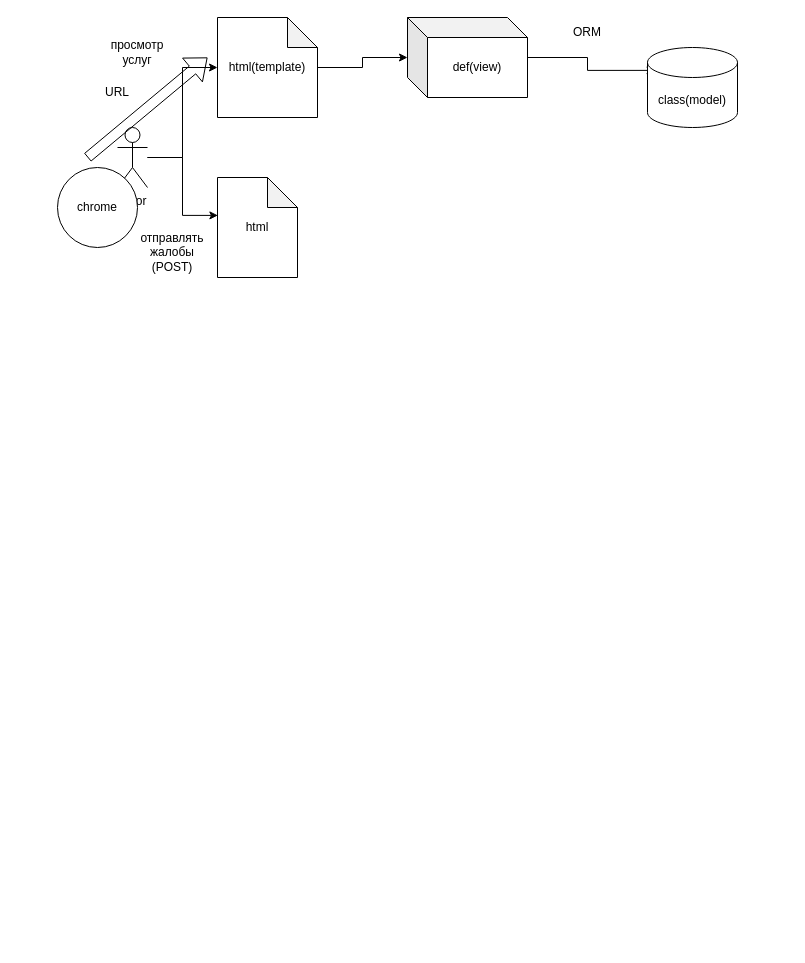
The draw.io diagram projects/11/web_item_tracking/backend/передача данных.drawio in bogdandrienko/PyE-222-1, before the edit. Source tidied: cells renumbered, new cells numbered last; positions are measured from the earlier drawing's top-left corner, leaving out a move shared by most shapes. Both pictures are drawn from the tidied source at 100%, with x=0, y=0 at pixel (57, 17).
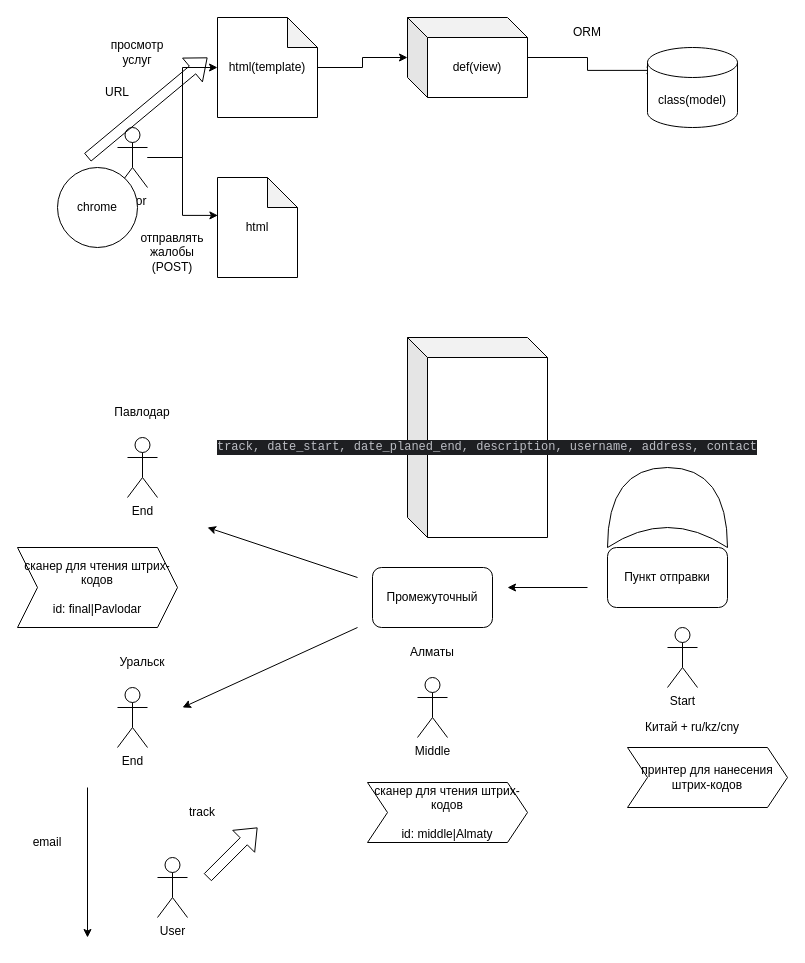
The same page after the edit.

Change to the diagram source:
```diff
@@
+    <mxCell id="17" value="End" style="shape=umlActor;verticalLabelPosition=bottom;verticalAlign=top;html=1;" parent="1" vertex="1">
+      <mxGeometry x="60" y="670" width="30" height="60" as="geometry" />
+    </mxCell>
+    <mxCell id="18" value="Start" style="shape=umlActor;verticalLabelPosition=bottom;verticalAlign=top;html=1;" parent="1" vertex="1">
+      <mxGeometry x="610" y="610" width="30" height="60" as="geometry" />
+    </mxCell>
+    <mxCell id="19" value="Китай + ru/kz/cny" style="text;html=1;strokeColor=none;fillColor=none;align=center;verticalAlign=middle;whiteSpace=wrap;rounded=0;" parent="1" vertex="1">
+      <mxGeometry x="580" y="690" width="110" height="40" as="geometry" />
+    </mxCell>
+    <mxCell id="20" value="Пункт отправки" style="rounded=1;whiteSpace=wrap;html=1;" parent="1" vertex="1">
+      <mxGeometry x="550" y="530" width="120" height="60" as="geometry" />
+    </mxCell>
+    <mxCell id="21" style="shape=xor;whiteSpace=wrap;html=1;rotation=-90;" parent="1" vertex="1">
+      <mxGeometry x="570" y="430" width="80" height="120" as="geometry" />
+    </mxCell>
+    <mxCell id="22" value="Промежуточный" style="rounded=1;whiteSpace=wrap;html=1;" parent="1" vertex="1">
+      <mxGeometry x="315" y="550" width="120" height="60" as="geometry" />
+    </mxCell>
+    <mxCell id="23" value="Алматы" style="text;html=1;strokeColor=none;fillColor=none;align=center;verticalAlign=middle;whiteSpace=wrap;rounded=0;" parent="1" vertex="1">
+      <mxGeometry x="345" y="620" width="60" height="30" as="geometry" />
+    </mxCell>
+    <mxCell id="24" value="End" style="shape=umlActor;verticalLabelPosition=bottom;verticalAlign=top;html=1;" parent="1" vertex="1">
+      <mxGeometry x="70" y="420" width="30" height="60" as="geometry" />
+    </mxCell>
+    <mxCell id="25" value="Уральск" style="text;html=1;strokeColor=none;fillColor=none;align=center;verticalAlign=middle;whiteSpace=wrap;rounded=0;" parent="1" vertex="1">
+      <mxGeometry x="55" y="630" width="60" height="30" as="geometry" />
+    </mxCell>
+    <mxCell id="26" value="Павлодар" style="text;html=1;strokeColor=none;fillColor=none;align=center;verticalAlign=middle;whiteSpace=wrap;rounded=0;" parent="1" vertex="1">
+      <mxGeometry x="55" y="380" width="60" height="30" as="geometry" />
+    </mxCell>
+    <mxCell id="27" style="endArrow=classic;html=1;rounded=0;" parent="1" edge="1">
+      <mxGeometry relative="1" as="geometry">
+        <mxPoint x="530" y="570" as="sourcePoint" />
+        <mxPoint x="450" y="570" as="targetPoint" />
+      </mxGeometry>
+    </mxCell>
+    <mxCell id="28" style="endArrow=classic;html=1;rounded=0;" parent="1" edge="1">
+      <mxGeometry relative="1" as="geometry">
+        <mxPoint x="300" y="560" as="sourcePoint" />
+        <mxPoint x="150" y="510" as="targetPoint" />
+      </mxGeometry>
+    </mxCell>
+    <mxCell id="29" style="endArrow=classic;html=1;rounded=0;" parent="1" edge="1">
+      <mxGeometry relative="1" as="geometry">
+        <mxPoint x="300" y="610" as="sourcePoint" />
+        <mxPoint x="125" y="690" as="targetPoint" />
+      </mxGeometry>
+    </mxCell>
+    <mxCell id="30" value="Middle" style="shape=umlActor;verticalLabelPosition=bottom;verticalAlign=top;html=1;" parent="1" vertex="1">
+      <mxGeometry x="360" y="660" width="30" height="60" as="geometry" />
+    </mxCell>
+    <mxCell id="31" value="User" style="shape=umlActor;verticalLabelPosition=bottom;verticalAlign=top;html=1;" parent="1" vertex="1">
+      <mxGeometry x="100" y="840" width="30" height="60" as="geometry" />
+    </mxCell>
+    <mxCell id="32" style="shape=flexArrow;endArrow=classic;html=1;rounded=0;" parent="1" edge="1">
+      <mxGeometry relative="1" as="geometry">
+        <mxPoint x="150" y="860" as="sourcePoint" />
+        <mxPoint x="200" y="810" as="targetPoint" />
+      </mxGeometry>
+    </mxCell>
+    <mxCell id="33" value="track" style="text;html=1;strokeColor=none;fillColor=none;align=center;verticalAlign=middle;whiteSpace=wrap;rounded=0;" parent="1" vertex="1">
+      <mxGeometry x="115" y="780" width="60" height="30" as="geometry" />
+    </mxCell>
+    <mxCell id="34" style="endArrow=classic;html=1;rounded=0;" parent="1" edge="1">
+      <mxGeometry relative="1" as="geometry">
+        <mxPoint x="30" y="770" as="sourcePoint" />
+        <mxPoint x="30" y="920" as="targetPoint" />
+      </mxGeometry>
+    </mxCell>
+    <mxCell id="35" value="email" style="text;html=1;strokeColor=none;fillColor=none;align=center;verticalAlign=middle;whiteSpace=wrap;rounded=0;" parent="1" vertex="1">
+      <mxGeometry x="-40" y="810" width="60" height="30" as="geometry" />
+    </mxCell>
+    <mxCell id="36" value="&lt;div style=&quot;background-color:#1e1f22;color:#bcbec4&quot;&gt;&lt;pre style=&quot;font-family:'JetBrains Mono',monospace;font-size:16,5pt;&quot;&gt;track, date_start, date_planed_end, description, username, address, contact&lt;/pre&gt;&lt;/div&gt;" style="shape=cube;whiteSpace=wrap;html=1;boundedLbl=1;backgroundOutline=1;darkOpacity=0.05;darkOpacity2=0.1;" parent="1" vertex="1">
+      <mxGeometry x="350" y="320" width="140" height="200" as="geometry" />
+    </mxCell>
+    <mxCell id="37" value="принтер для нанесения штрих-кодов" style="shape=step;perimeter=stepPerimeter;whiteSpace=wrap;html=1;fixedSize=1;" parent="1" vertex="1">
+      <mxGeometry x="570" y="730" width="160" height="60" as="geometry" />
+    </mxCell>
+    <mxCell id="38" value="сканер для чтения штрих-кодов&lt;br&gt;&lt;br&gt;id: middle|Almaty" style="shape=step;perimeter=stepPerimeter;whiteSpace=wrap;html=1;fixedSize=1;" parent="1" vertex="1">
+      <mxGeometry x="310" y="765" width="160" height="60" as="geometry" />
+    </mxCell>
+    <mxCell id="39" value="сканер для чтения штрих-кодов&lt;br&gt;&lt;br&gt;id: final|Pavlodar" style="shape=step;perimeter=stepPerimeter;whiteSpace=wrap;html=1;fixedSize=1;" parent="1" vertex="1">
+      <mxGeometry x="-40" y="530" width="160" height="80" as="geometry" />
+    </mxCell>
```
